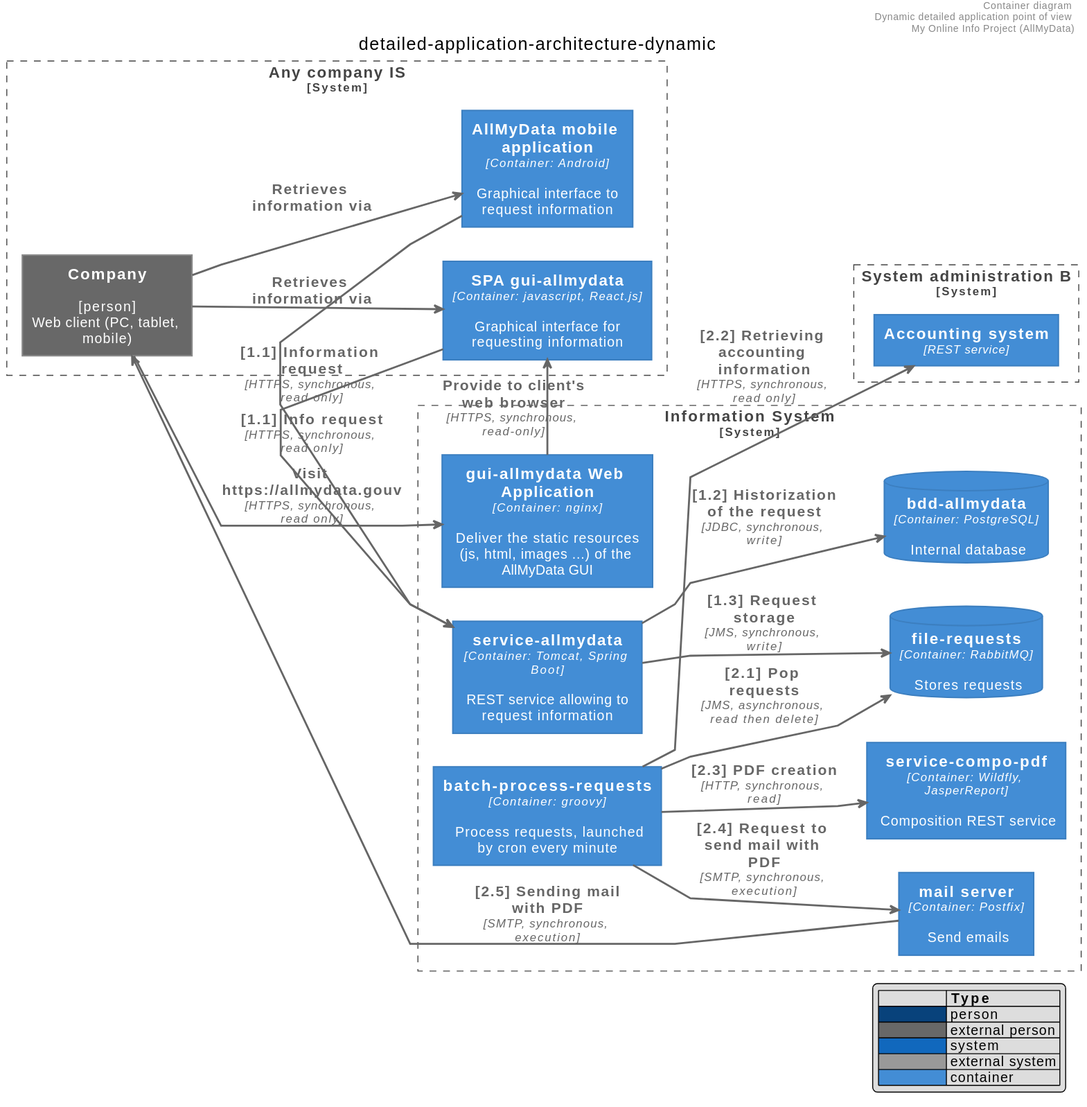
The PlantUML diagram diagrams/detailed-application-architecture-dynamic.svg in bflorat/architecture-document-template, before a commit. Its diagram source:
```plantuml
@startuml
!include detailled-application-design-static.puml
title detailed-application-architecture-dynamic
header Container diagram \nDynamic detailed application point of view \n My Online Info Project (AllMyData)

Rel(company, static_resources, "Visit https://allmydata.gouv", "HTTPS, synchronous, read only")
Rel(company, spa, "Retrieves information via")
Rel(company, mobile, "Retrieves information via")
Rel(static_resources, spa, "Provide to client's web browser", "HTTPS, synchronous, read-only")
Rel(spa, sm, "[1.1] Info request", "HTTPS, synchronous, read only")
Rel(mobile, sm, "[1.1] Information request", "HTTPS, synchronous, read only")
Rel(sm, bdd, "[1.2] Historization of the request", "JDBC, synchronous, write")
Rel(sm, file, "[1.3] Request storage", "JMS, synchronous, write")
Rel(batch, file, "[2.1] Pop requests", "JMS, asynchronous, read then delete")
Rel(batch, scompta, "[2.2] Retrieving accounting information", "HTTPS, synchronous, read only")
Rel(batch, compo, "[2.3] PDF creation", "HTTP, synchronous, read")
Rel(batch, smails, "[2.4] Request to send mail with PDF", "SMTP, synchronous, execution")
Rel(smails, company, "[2.5] Sending mail with PDF", "SMTP, synchronous, execution")

@enduml
```
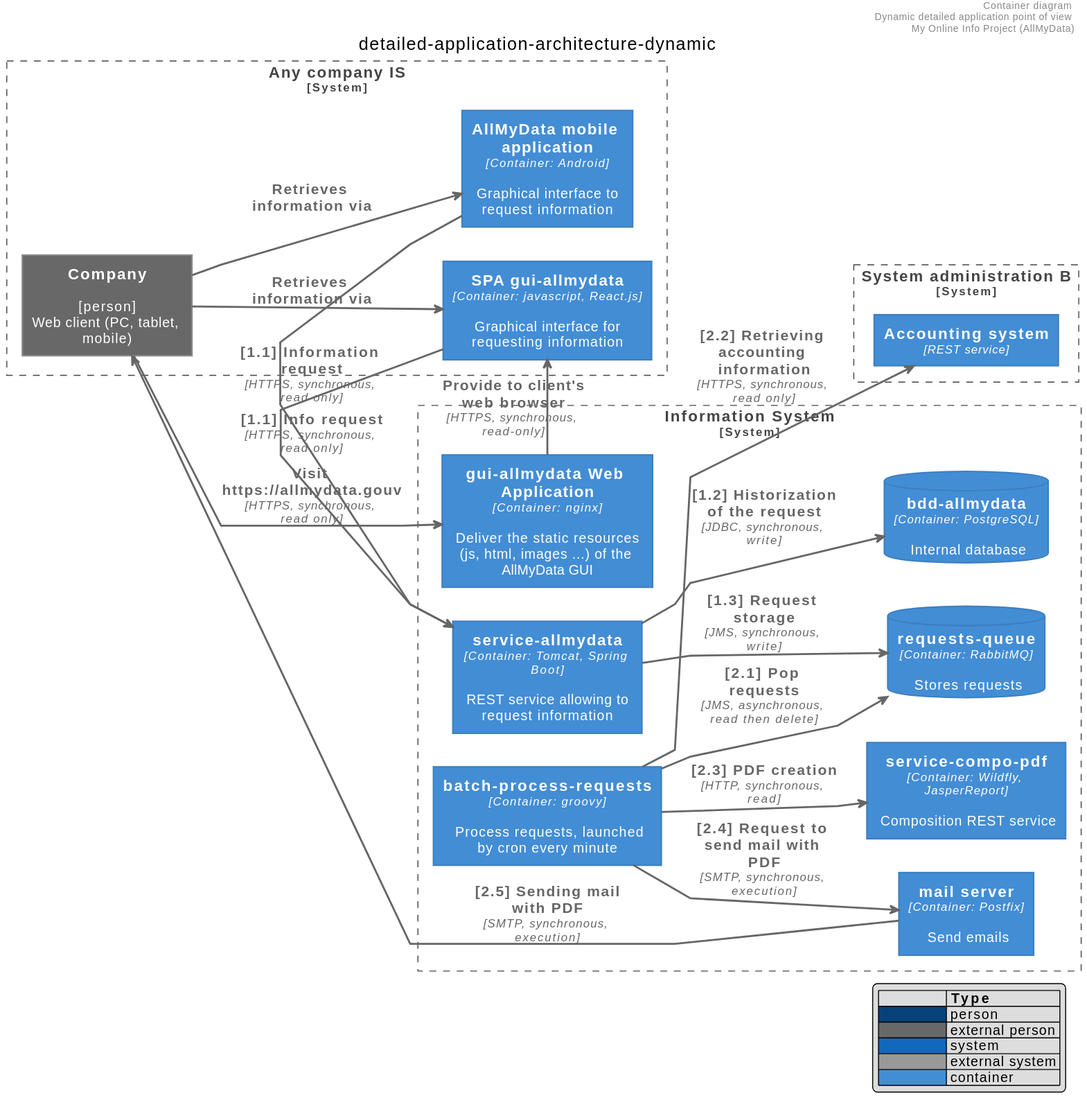
After the change.

The edit, as a diff of the source:
```diff
@@ -10,8 +10,8 @@
 Rel(spa, sm, "[1.1] Info request", "HTTPS, synchronous, read only")
 Rel(mobile, sm, "[1.1] Information request", "HTTPS, synchronous, read only")
 Rel(sm, bdd, "[1.2] Historization of the request", "JDBC, synchronous, write")
-Rel(sm, file, "[1.3] Request storage", "JMS, synchronous, write")
-Rel(batch, file, "[2.1] Pop requests", "JMS, asynchronous, read then delete")
+Rel(sm, queue, "[1.3] Request storage", "JMS, synchronous, write")
+Rel(batch, queue, "[2.1] Pop requests", "JMS, asynchronous, read then delete")
 Rel(batch, scompta, "[2.2] Retrieving accounting information", "HTTPS, synchronous, read only")
 Rel(batch, compo, "[2.3] PDF creation", "HTTP, synchronous, read")
 Rel(batch, smails, "[2.4] Request to send mail with PDF", "SMTP, synchronous, execution")
```
